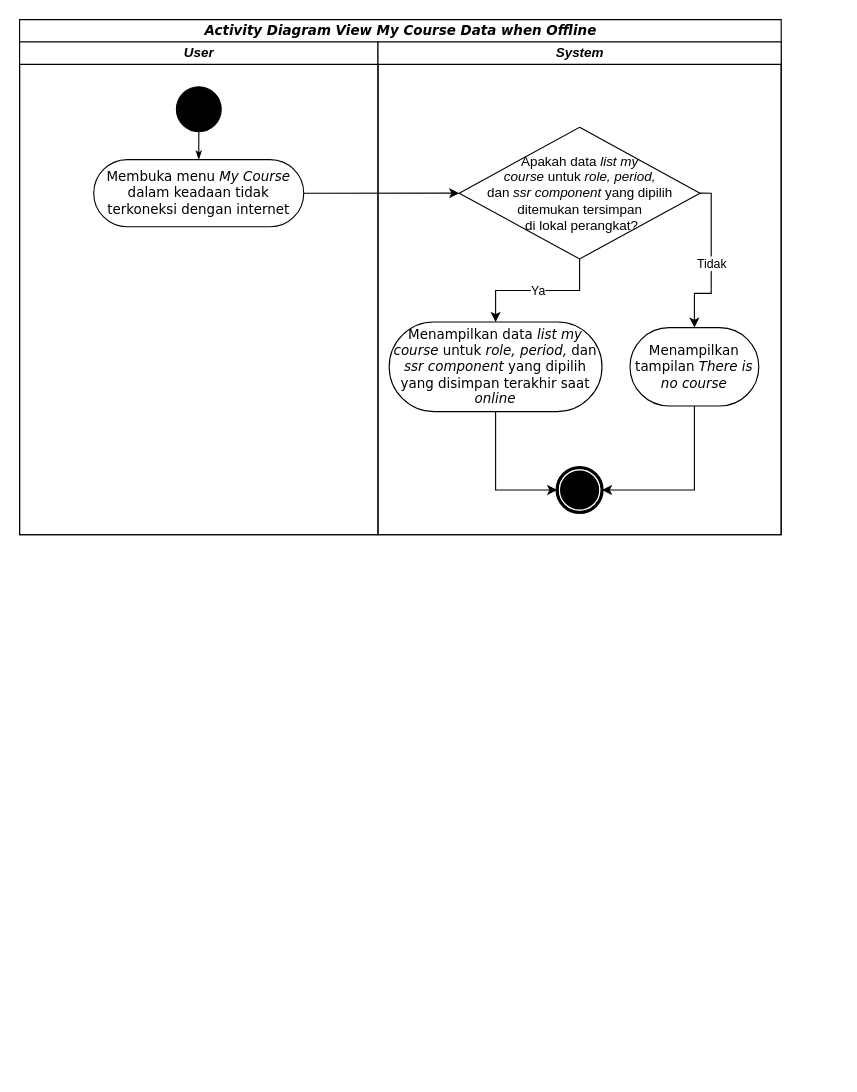
Above: diagrams/03. view_my_course/Activity Diagram.drawio in angeliawidjaja/offline-mode-paper (draw.io), before the change. Source tidied: cells renumbered, new cells numbered last; positions are measured from the earlier drawing's top-left corner, leaving out a move shared by most shapes. Both pictures are drawn from the tidied source at 112%, with x=0, y=0 at pixel (19, 19).
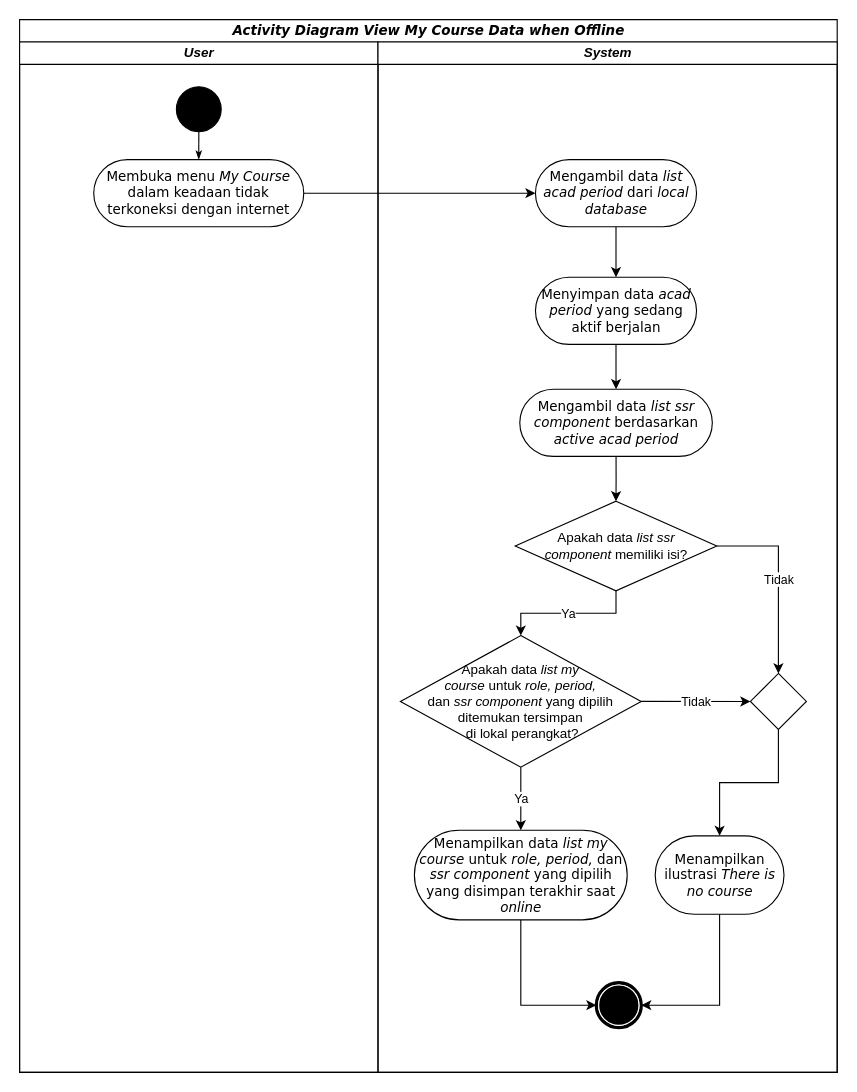
After the change.

Unchanged cells that the change refers to:
```xml
<mxCell id="5" value="Membuka menu &lt;i&gt;My Course &lt;/i&gt;dalam keadaan tidak terkoneksi dengan internet" style="rounded=1;whiteSpace=wrap;html=1;shadow=0;comic=0;labelBackgroundColor=none;strokeWidth=1;fontFamily=Verdana;fontSize=12;align=center;arcSize=50;" parent="3" vertex="1">
  <mxGeometry x="66.2" y="105" width="187.5" height="60" as="geometry" />
</mxCell>
```

Change to the diagram source:
```diff
@@
     <mxCell id="2" value="&lt;i&gt;Activity Diagram&lt;/i&gt;&amp;nbsp;&lt;i&gt;View My Course Data when Offline&lt;/i&gt;" style="swimlane;html=1;startSize=20;rounded=0;shadow=0;comic=0;labelBackgroundColor=none;strokeWidth=1;fontFamily=Verdana;fontSize=12;align=center;" parent="1" vertex="1">
-      <mxGeometry width="680" height="460" as="geometry" />
+      <mxGeometry width="730" height="940" as="geometry" />
     </mxCell>
     <mxCell id="3" value="&lt;i&gt;User&lt;/i&gt;" style="swimlane;html=1;startSize=20;" parent="2" vertex="1">
-      <mxGeometry y="20" width="320" height="440" as="geometry" />
+      <mxGeometry y="20" width="320" height="920" as="geometry" />
     </mxCell>
@@
     <mxCell id="7" value="&lt;i&gt;System&lt;/i&gt;" style="swimlane;html=1;startSize=20;" parent="2" vertex="1">
-      <mxGeometry x="320" y="20" width="360" height="440" as="geometry" />
+      <mxGeometry x="320" y="20" width="410" height="920" as="geometry" />
     </mxCell>
     <mxCell id="8" style="shape=mxgraph.bpmn.shape;html=1;verticalLabelPosition=bottom;labelBackgroundColor=#ffffff;verticalAlign=top;perimeter=ellipsePerimeter;outline=end;symbol=terminate;rounded=0;shadow=0;comic=0;strokeWidth=1;fontFamily=Verdana;fontSize=12;align=center;" parent="7" vertex="1">
-      <mxGeometry x="160" y="380" width="40" height="40" as="geometry" />
+      <mxGeometry x="195" y="840" width="40" height="40" as="geometry" />
     </mxCell>
     <mxCell id="9" value="Apakah data &lt;i&gt;list&amp;nbsp;my &lt;br&gt;course&lt;/i&gt;&amp;nbsp;untuk &lt;i&gt;role,&lt;/i&gt;&amp;nbsp;&lt;i&gt;period, &lt;br&gt;&lt;/i&gt;dan&lt;i&gt; ssr component&amp;nbsp;&lt;/i&gt;yang dipilih &lt;br&gt;ditemukan tersimpan&lt;br&gt;&amp;nbsp;di lokal perangkat?" style="rhombus;whiteSpace=wrap;html=1;" parent="7" vertex="1">
-      <mxGeometry x="72.5" y="76.2" width="215" height="117.5" as="geometry" />
+      <mxGeometry x="20" y="530" width="215" height="117.5" as="geometry" />
     </mxCell>
@@
-    <mxCell id="11" value="Menampilkan tampilan &lt;i&gt;There is no course&lt;/i&gt;" style="rounded=1;whiteSpace=wrap;html=1;shadow=0;comic=0;labelBackgroundColor=none;strokeWidth=1;fontFamily=Verdana;fontSize=12;align=center;arcSize=50;" parent="7" vertex="1">
-      <mxGeometry x="225" y="255" width="115" height="70" as="geometry" />
+    <mxCell id="11" value="Menampilkan ilustrasi&amp;nbsp;&lt;i&gt;There is no course&lt;/i&gt;" style="rounded=1;whiteSpace=wrap;html=1;shadow=0;comic=0;labelBackgroundColor=none;strokeWidth=1;fontFamily=Verdana;fontSize=12;align=center;arcSize=50;" parent="7" vertex="1">
+      <mxGeometry x="247.5" y="708.8" width="115" height="70" as="geometry" />
     </mxCell>
@@
-    <mxCell id="14" style="endArrow=classic;html=1;rounded=0;exitX=1;exitY=0.5;exitDx=0;exitDy=0;entryX=0.5;entryY=0;entryDx=0;entryDy=0;edgeStyle=orthogonalEdgeStyle;" parent="7" edge="1" source="9" target="11">
+    <mxCell id="14" style="endArrow=classic;html=1;rounded=0;exitX=1;exitY=0.5;exitDx=0;exitDy=0;edgeStyle=orthogonalEdgeStyle;entryX=0;entryY=0.5;entryDx=0;entryDy=0;" parent="7" edge="1" source="9" target="27">
       <mxGeometry relative="1" as="geometry" />
     </mxCell>
@@
     <mxCell id="17" value="Menampilkan data &lt;i&gt;list my course&lt;/i&gt;&amp;nbsp;untuk &lt;i&gt;role, period, &lt;/i&gt;dan &lt;i&gt;ssr component &lt;/i&gt;yang dipilih yang disimpan terakhir saat &lt;i&gt;online&lt;/i&gt;" style="rounded=1;whiteSpace=wrap;html=1;shadow=0;comic=0;labelBackgroundColor=none;strokeWidth=1;fontFamily=Verdana;fontSize=12;align=center;arcSize=50;" parent="7" vertex="1">
-      <mxGeometry x="10" y="250" width="190" height="80" as="geometry" />
+      <mxGeometry x="32.5" y="703.8" width="190" height="80" as="geometry" />
     </mxCell>
-    <mxCell id="18" style="rounded=0;jettySize=auto;html=1;exitX=1;exitY=0.5;exitDx=0;exitDy=0;" parent="2" edge="1" source="5" target="9">
-      <mxGeometry relative="1" as="geometry" />
-    </mxCell>
+    <mxCell id="19" style="edgeStyle=orthogonalEdgeStyle;rounded=0;jettySize=auto;html=1;exitX=0.5;exitY=1;exitDx=0;exitDy=0;entryX=0.5;entryY=0;entryDx=0;entryDy=0;" parent="7" edge="1" source="20" target="22">
+      <mxGeometry relative="1" as="geometry" />
+    </mxCell>
+    <mxCell id="20" value="Mengambil data &lt;i&gt;list acad period &lt;/i&gt;dari &lt;i&gt;local database&lt;/i&gt;" style="rounded=1;whiteSpace=wrap;html=1;shadow=0;comic=0;labelBackgroundColor=none;strokeWidth=1;fontFamily=Verdana;fontSize=12;align=center;arcSize=50;" parent="7" vertex="1">
+      <mxGeometry x="140.6" y="105" width="143.8" height="60" as="geometry" />
+    </mxCell>
+    <mxCell id="21" style="edgeStyle=orthogonalEdgeStyle;rounded=0;jettySize=auto;html=1;exitX=0.5;exitY=1;exitDx=0;exitDy=0;entryX=0.5;entryY=0;entryDx=0;entryDy=0;" parent="7" edge="1" source="22" target="24">
+      <mxGeometry relative="1" as="geometry" />
+    </mxCell>
+    <mxCell id="22" value="Menyimpan data &lt;i&gt;acad period&lt;/i&gt;&amp;nbsp;yang sedang aktif berjalan" style="rounded=1;whiteSpace=wrap;html=1;shadow=0;comic=0;labelBackgroundColor=none;strokeWidth=1;fontFamily=Verdana;fontSize=12;align=center;arcSize=50;" parent="7" vertex="1">
+      <mxGeometry x="140.6" y="210" width="143.8" height="60" as="geometry" />
+    </mxCell>
+    <mxCell id="23" style="edgeStyle=orthogonalEdgeStyle;rounded=0;jettySize=auto;html=1;exitX=0.5;exitY=1;exitDx=0;exitDy=0;entryX=0.5;entryY=0;entryDx=0;entryDy=0;" parent="7" edge="1" source="24" target="25">
+      <mxGeometry relative="1" as="geometry" />
+    </mxCell>
+    <mxCell id="24" value="Mengambil data &lt;i&gt;list ssr component&amp;nbsp;&lt;/i&gt;berdasarkan &lt;i&gt;active acad period&lt;/i&gt;" style="rounded=1;whiteSpace=wrap;html=1;shadow=0;comic=0;labelBackgroundColor=none;strokeWidth=1;fontFamily=Verdana;fontSize=12;align=center;arcSize=50;" parent="7" vertex="1">
+      <mxGeometry x="126.6" y="310" width="171.9" height="60" as="geometry" />
+    </mxCell>
+    <mxCell id="25" value="Apakah data &lt;i&gt;list ssr component&lt;/i&gt;&amp;nbsp;memiliki isi?" style="rhombus;whiteSpace=wrap;html=1;" parent="7" vertex="1">
+      <mxGeometry x="122.5" y="410" width="180" height="80" as="geometry" />
+    </mxCell>
+    <mxCell id="26" style="edgeStyle=orthogonalEdgeStyle;rounded=0;jettySize=auto;html=1;exitX=0.5;exitY=1;exitDx=0;exitDy=0;entryX=0.5;entryY=0;entryDx=0;entryDy=0;" parent="7" edge="1" source="27" target="11">
+      <mxGeometry relative="1" as="geometry" />
+    </mxCell>
+    <mxCell id="27" style="rhombus;whiteSpace=wrap;html=1;" parent="7" vertex="1">
+      <mxGeometry x="332.5" y="563.8" width="50" height="50" as="geometry" />
+    </mxCell>
+    <mxCell id="28" style="endArrow=classic;html=1;rounded=0;exitX=0.5;exitY=1;exitDx=0;exitDy=0;entryX=0.5;entryY=0;entryDx=0;entryDy=0;edgeStyle=orthogonalEdgeStyle;" parent="7" edge="1" source="25" target="9">
+      <mxGeometry relative="1" as="geometry" />
+    </mxCell>
+    <mxCell id="29" value="Ya" style="edgeLabel;html=1;align=center;verticalAlign=middle;" parent="28" vertex="1">
+      <mxGeometry relative="1" as="geometry" />
+    </mxCell>
+    <mxCell id="30" style="endArrow=classic;html=1;rounded=0;exitX=1;exitY=0.5;exitDx=0;exitDy=0;edgeStyle=orthogonalEdgeStyle;" parent="7" edge="1" source="25" target="27">
+      <mxGeometry relative="1" as="geometry" />
+    </mxCell>
+    <mxCell id="31" value="Tidak" style="edgeLabel;html=1;align=center;verticalAlign=middle;" parent="30" vertex="1">
+      <mxGeometry relative="1" as="geometry" />
+    </mxCell>
+    <mxCell id="32" style="edgeStyle=orthogonalEdgeStyle;rounded=0;jettySize=auto;html=1;exitX=1;exitY=0.5;exitDx=0;exitDy=0;entryX=0;entryY=0.5;entryDx=0;entryDy=0;" parent="2" edge="1" source="5" target="20">
+      <mxGeometry relative="1" as="geometry" />
+    </mxCell>
```
